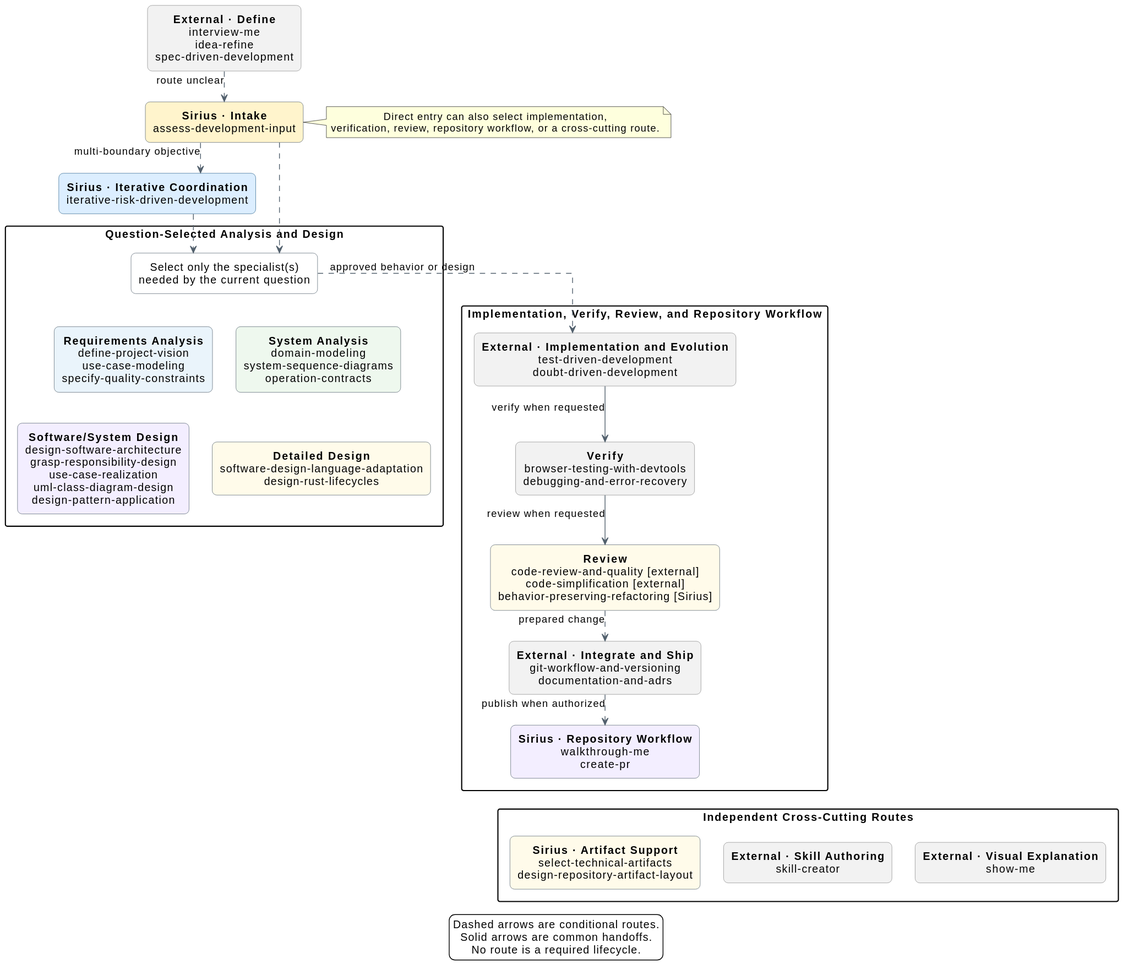
sirius-cc-wu/sirius-skills keeps this PlantUML diagram as catalog/skill-relationships.svg. Above is the earlier version.
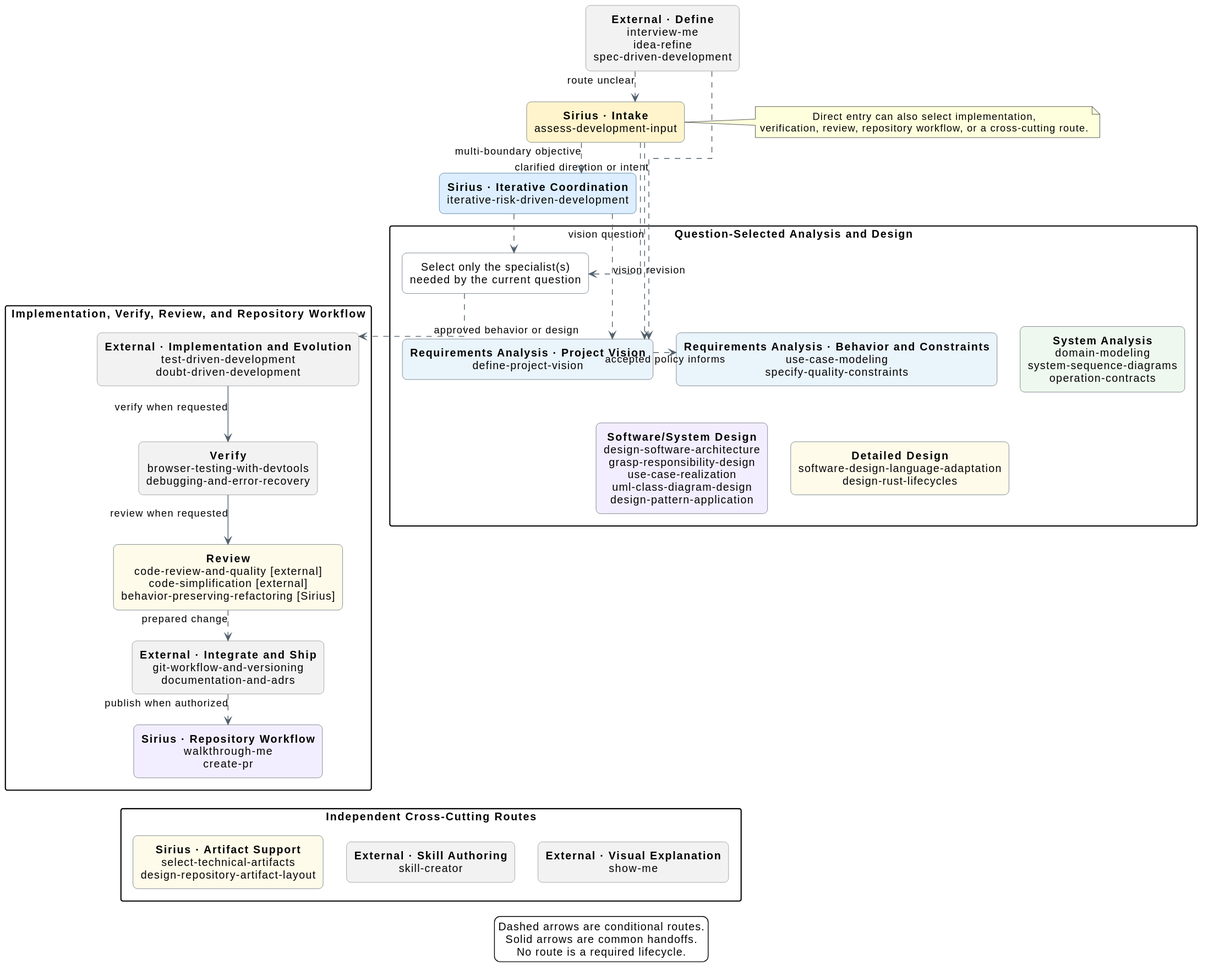
After the commit.

Commit message:
docs: show project vision relationships

Render project vision as a first-class requirements node with conditional input, intake, iteration, and follow-up routes.

The edit, as a diff of the source:
```diff
@@ -50,9 +50,12 @@
   Select only the specialist(s)
   needed by the current question
   ]
+  rectangle vision #EAF4FB [
+  **Requirements Analysis · Project Vision**
+  define-project-vision
+  ]
   rectangle requirements #EAF4FB [
-  **Requirements Analysis**
-  define-project-vision
+  **Requirements Analysis · Behavior and Constraints**
   use-case-modeling
   specify-quality-constraints
   ]
@@ -76,7 +79,9 @@
   design-rust-lifecycles
   ]
 
-  specialist -[hidden]down-> requirements
+  specialist -[hidden]down-> vision
+  vision -[hidden]right-> requirements
+  vision -[hidden]down-> softwareDesign
   requirements -[hidden]right-> systemAnalysis
   requirements -[hidden]down-> softwareDesign
   softwareDesign -[hidden]right-> detailedDesign
@@ -136,9 +141,13 @@
 }
 
 define ..> assess : route unclear
+define ..> vision : clarified direction or intent
 assess ..> iterative : multi-boundary objective
 assess ..> specialist
+assess ..> vision : vision question
 iterative ..> specialist
+iterative ..> vision : vision revision
+vision ..> requirements : accepted policy informs
 specialist ..> implementation : approved behavior or design
 repository -[hidden]down-> support
 
```
